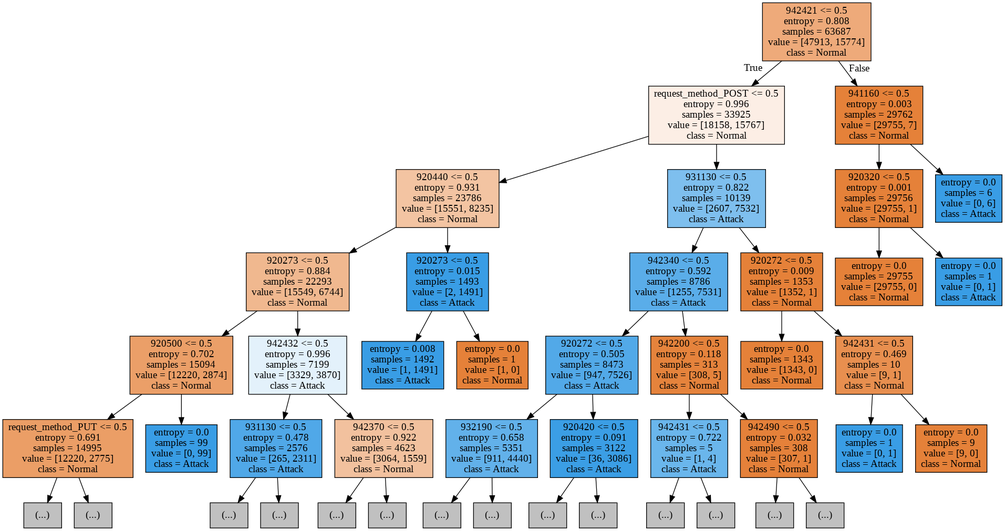
The Graphviz diagram ml-model/images/decision_tree.png in ngoctint1lvc/waf, before a commit. Its source is kept beside it as ml-model/images/decision_tree.dot.
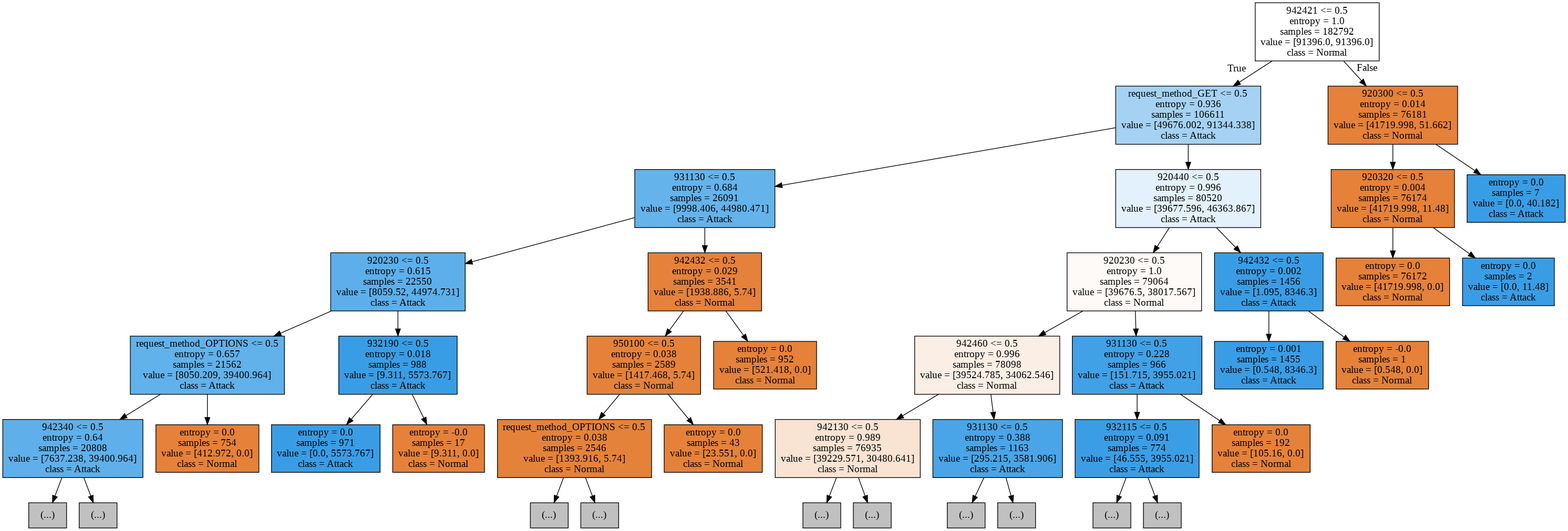
The same file after the commit.

Diff of the diagram source:
```diff
@@ -1,112 +1,84 @@
 digraph Tree {
 node [shape=box, style="filled", color="black"] ;
-0 [label="942421 <= 0.5\nentropy = 0.65\nsamples = 141158\nvalue = [117646, 23512]\nclass = Normal", fillcolor="#ea9a61"] ;
-1 [label="920273 <= 0.5\nentropy = 0.84\nsamples = 87431\nvalue = [63931, 23500]\nclass = Normal", fillcolor="#efaf82"] ;
+0 [label="942421 <= 0.5\nentropy = 1.0\nsamples = 182792\nvalue = [91396.0, 91396.0]\nclass = Normal", fillcolor="#ffffff"] ;
+1 [label="request_method_GET <= 0.5\nentropy = 0.936\nsamples = 106611\nvalue = [49676.002, 91344.338]\nclass = Attack", fillcolor="#a5d2f3"] ;
 0 -> 1 [labeldistance=2.5, labelangle=45, headlabel="True"] ;
-2 [label="920440 <= 0.5\nentropy = 0.619\nsamples = 53155\nvalue = [44995, 8160]\nclass = Normal", fillcolor="#ea985d"] ;
+2 [label="931130 <= 0.5\nentropy = 0.684\nsamples = 26091\nvalue = [9998.406, 44980.471]\nclass = Attack", fillcolor="#65b3eb"] ;
 1 -> 2 ;
-3 [label="request_method_POST <= 0.5\nentropy = 0.52\nsamples = 50943\nvalue = [44992, 5951]\nclass = Normal", fillcolor="#e89253"] ;
+3 [label="920230 <= 0.5\nentropy = 0.615\nsamples = 22550\nvalue = [8059.52, 44974.731]\nclass = Attack", fillcolor="#5cafea"] ;
 2 -> 3 ;
-4 [label="920500 <= 0.5\nentropy = 0.442\nsamples = 46895\nvalue = [42599, 4296]\nclass = Normal", fillcolor="#e88e4d"] ;
+4 [label="request_method_OPTIONS <= 0.5\nentropy = 0.657\nsamples = 21562\nvalue = [8050.209, 39400.964]\nclass = Attack", fillcolor="#61b1ea"] ;
 3 -> 4 ;
-5 [label="request_method_PUT <= 0.5\nentropy = 0.431\nsamples = 46735\nvalue = [42599, 4136]\nclass = Normal", fillcolor="#e88d4c"] ;
+5 [label="942340 <= 0.5\nentropy = 0.64\nsamples = 20808\nvalue = [7637.238, 39400.964]\nclass = Attack", fillcolor="#5fb0ea"] ;
 4 -> 5 ;
 6 [label="(...)", fillcolor="#C0C0C0"] ;
 5 -> 6 ;
-19 [label="(...)", fillcolor="#C0C0C0"] ;
-5 -> 19 ;
-20 [label="entropy = 0.0\nsamples = 160\nvalue = [0, 160]\nclass = Attack", fillcolor="#399de5"] ;
-4 -> 20 ;
-21 [label="944130 <= 0.5\nentropy = 0.976\nsamples = 4048\nvalue = [2393, 1655]\nclass = Normal", fillcolor="#f7d8c2"] ;
-3 -> 21 ;
-22 [label="944300 <= 0.5\nentropy = 0.952\nsamples = 3807\nvalue = [2393, 1414]\nclass = Normal", fillcolor="#f4cbae"] ;
-21 -> 22 ;
-23 [label="(...)", fillcolor="#C0C0C0"] ;
-22 -> 23 ;
-30 [label="(...)", fillcolor="#C0C0C0"] ;
-22 -> 30 ;
-31 [label="entropy = 0.0\nsamples = 241\nvalue = [0, 241]\nclass = Attack", fillcolor="#399de5"] ;
-21 -> 31 ;
-32 [label="entropy = 0.015\nsamples = 2212\nvalue = [3, 2209]\nclass = Attack", fillcolor="#399de5"] ;
-2 -> 32 ;
-33 [label="931130 <= 0.5\nentropy = 0.992\nsamples = 34276\nvalue = [18936, 15340]\nclass = Normal", fillcolor="#fae7d9"] ;
-1 -> 33 ;
-34 [label="920230 <= 0.5\nentropy = 1.0\nsamples = 30587\nvalue = [15279, 15308]\nclass = Attack", fillcolor="#ffffff"] ;
-33 -> 34 ;
-35 [label="942460 <= 0.5\nentropy = 0.995\nsamples = 28072\nvalue = [15233, 12839]\nclass = Normal", fillcolor="#fbebe0"] ;
-34 -> 35 ;
-36 [label="942130 <= 0.5\nentropy = 0.978\nsamples = 25744\nvalue = [15132, 10612]\nclass = Normal", fillcolor="#f7d9c4"] ;
-35 -> 36 ;
-37 [label="(...)", fillcolor="#C0C0C0"] ;
-36 -> 37 ;
-90 [label="(...)", fillcolor="#C0C0C0"] ;
-36 -> 90 ;
-99 [label="942340 <= 0.5\nentropy = 0.258\nsamples = 2328\nvalue = [101, 2227]\nclass = Attack", fillcolor="#42a1e6"] ;
-35 -> 99 ;
-100 [label="(...)", fillcolor="#C0C0C0"] ;
-99 -> 100 ;
-115 [label="(...)", fillcolor="#C0C0C0"] ;
-99 -> 115 ;
-116 [label="942430 <= 0.5\nentropy = 0.132\nsamples = 2515\nvalue = [46, 2469]\nclass = Attack", fillcolor="#3d9fe5"] ;
-34 -> 116 ;
-117 [label="942431 <= 0.5\nentropy = 0.015\nsamples = 2176\nvalue = [3, 2173]\nclass = Attack", fillcolor="#399de5"] ;
+97 [label="(...)", fillcolor="#C0C0C0"] ;
+5 -> 97 ;
+102 [label="entropy = 0.0\nsamples = 754\nvalue = [412.972, 0.0]\nclass = Normal", fillcolor="#e58139"] ;
+4 -> 102 ;
+103 [label="932190 <= 0.5\nentropy = 0.018\nsamples = 988\nvalue = [9.311, 5573.767]\nclass = Attack", fillcolor="#399de5"] ;
+3 -> 103 ;
+104 [label="entropy = 0.0\nsamples = 971\nvalue = [0.0, 5573.767]\nclass = Attack", fillcolor="#399de5"] ;
+103 -> 104 ;
+105 [label="entropy = -0.0\nsamples = 17\nvalue = [9.311, 0.0]\nclass = Normal", fillcolor="#e58139"] ;
+103 -> 105 ;
+106 [label="942432 <= 0.5\nentropy = 0.029\nsamples = 3541\nvalue = [1938.886, 5.74]\nclass = Normal", fillcolor="#e5813a"] ;
+2 -> 106 ;
+107 [label="950100 <= 0.5\nentropy = 0.038\nsamples = 2589\nvalue = [1417.468, 5.74]\nclass = Normal", fillcolor="#e5823a"] ;
+106 -> 107 ;
+108 [label="request_method_OPTIONS <= 0.5\nentropy = 0.038\nsamples = 2546\nvalue = [1393.916, 5.74]\nclass = Normal", fillcolor="#e5823a"] ;
+107 -> 108 ;
+109 [label="(...)", fillcolor="#C0C0C0"] ;
+108 -> 109 ;
+112 [label="(...)", fillcolor="#C0C0C0"] ;
+108 -> 112 ;
+113 [label="entropy = 0.0\nsamples = 43\nvalue = [23.551, 0.0]\nclass = Normal", fillcolor="#e58139"] ;
+107 -> 113 ;
+114 [label="entropy = 0.0\nsamples = 952\nvalue = [521.418, 0.0]\nclass = Normal", fillcolor="#e58139"] ;
+106 -> 114 ;
+115 [label="920440 <= 0.5\nentropy = 0.996\nsamples = 80520\nvalue = [39677.596, 46363.867]\nclass = Attack", fillcolor="#e2f1fb"] ;
+1 -> 115 ;
+116 [label="920230 <= 0.5\nentropy = 1.0\nsamples = 79064\nvalue = [39676.5, 38017.567]\nclass = Normal", fillcolor="#fefaf7"] ;
+115 -> 116 ;
+117 [label="942460 <= 0.5\nentropy = 0.996\nsamples = 78098\nvalue = [39524.785, 34062.546]\nclass = Normal", fillcolor="#fbeee4"] ;
 116 -> 117 ;
-118 [label="(...)", fillcolor="#C0C0C0"] ;
+118 [label="942130 <= 0.5\nentropy = 0.989\nsamples = 76935\nvalue = [39229.571, 30480.641]\nclass = Normal", fillcolor="#f9e3d3"] ;
 117 -> 118 ;
 119 [label="(...)", fillcolor="#C0C0C0"] ;
-117 -> 119 ;
-124 [label="941160 <= 0.5\nentropy = 0.549\nsamples = 339\nvalue = [43, 296]\nclass = Attack", fillcolor="#56abe9"] ;
-116 -> 124 ;
-125 [label="(...)", fillcolor="#C0C0C0"] ;
-124 -> 125 ;
-126 [label="(...)", fillcolor="#C0C0C0"] ;
-124 -> 126 ;
-127 [label="request_method_GET <= 0.5\nentropy = 0.072\nsamples = 3689\nvalue = [3657, 32]\nclass = Normal", fillcolor="#e5823b"] ;
-33 -> 127 ;
-128 [label="942432 <= 0.5\nentropy = 0.009\nsamples = 2468\nvalue = [2466, 2]\nclass = Normal", fillcolor="#e58139"] ;
-127 -> 128 ;
-129 [label="entropy = 0.013\nsamples = 1797\nvalue = [1795, 2]\nclass = Normal", fillcolor="#e58139"] ;
-128 -> 129 ;
-130 [label="entropy = 0.0\nsamples = 671\nvalue = [671, 0]\nclass = Normal", fillcolor="#e58139"] ;
-128 -> 130 ;
-131 [label="942432 <= 0.5\nentropy = 0.166\nsamples = 1221\nvalue = [1191, 30]\nclass = Normal", fillcolor="#e6843e"] ;
-127 -> 131 ;
-132 [label="entropy = 0.801\nsamples = 82\nvalue = [62, 20]\nclass = Normal", fillcolor="#edaa79"] ;
-131 -> 132 ;
-133 [label="942460 <= 0.5\nentropy = 0.073\nsamples = 1139\nvalue = [1129, 10]\nclass = Normal", fillcolor="#e5823b"] ;
-131 -> 133 ;
-134 [label="(...)", fillcolor="#C0C0C0"] ;
-133 -> 134 ;
-143 [label="(...)", fillcolor="#C0C0C0"] ;
-133 -> 143 ;
-144 [label="942440 <= 0.5\nentropy = 0.003\nsamples = 53727\nvalue = [53715, 12]\nclass = Normal", fillcolor="#e58139"] ;
-0 -> 144 [labeldistance=2.5, labelangle=-45, headlabel="False"] ;
-145 [label="942432 <= 0.5\nentropy = 0.007\nsamples = 21562\nvalue = [21550, 12]\nclass = Normal", fillcolor="#e58139"] ;
-144 -> 145 ;
-146 [label="942420 <= 0.5\nentropy = 0.018\nsamples = 7257\nvalue = [7245, 12]\nclass = Normal", fillcolor="#e58139"] ;
-145 -> 146 ;
-147 [label="request_method_GET <= 0.5\nentropy = 0.009\nsamples = 5572\nvalue = [5568, 4]\nclass = Normal", fillcolor="#e58139"] ;
-146 -> 147 ;
-148 [label="entropy = 0.0\nsamples = 1879\nvalue = [1879, 0]\nclass = Normal", fillcolor="#e58139"] ;
-147 -> 148 ;
-149 [label="920273 <= 0.5\nentropy = 0.012\nsamples = 3693\nvalue = [3689, 4]\nclass = Normal", fillcolor="#e58139"] ;
-147 -> 149 ;
-150 [label="(...)", fillcolor="#C0C0C0"] ;
-149 -> 150 ;
-157 [label="(...)", fillcolor="#C0C0C0"] ;
-149 -> 157 ;
-158 [label="942490 <= 0.5\nentropy = 0.043\nsamples = 1685\nvalue = [1677, 8]\nclass = Normal", fillcolor="#e5823a"] ;
-146 -> 158 ;
-159 [label="920273 <= 0.5\nentropy = 0.12\nsamples = 491\nvalue = [483, 8]\nclass = Normal", fillcolor="#e5833c"] ;
-158 -> 159 ;
-160 [label="(...)", fillcolor="#C0C0C0"] ;
-159 -> 160 ;
-163 [label="(...)", fillcolor="#C0C0C0"] ;
-159 -> 163 ;
-164 [label="entropy = 0.0\nsamples = 1194\nvalue = [1194, 0]\nclass = Normal", fillcolor="#e58139"] ;
-158 -> 164 ;
-165 [label="entropy = 0.0\nsamples = 14305\nvalue = [14305, 0]\nclass = Normal", fillcolor="#e58139"] ;
-145 -> 165 ;
-166 [label="entropy = 0.0\nsamples = 32165\nvalue = [32165, 0]\nclass = Normal", fillcolor="#e58139"] ;
-144 -> 166 ;
+118 -> 119 ;
+264 [label="(...)", fillcolor="#C0C0C0"] ;
+118 -> 264 ;
+287 [label="931130 <= 0.5\nentropy = 0.388\nsamples = 1163\nvalue = [295.215, 3581.906]\nclass = Attack", fillcolor="#49a5e7"] ;
+117 -> 287 ;
+288 [label="(...)", fillcolor="#C0C0C0"] ;
+287 -> 288 ;
+319 [label="(...)", fillcolor="#C0C0C0"] ;
+287 -> 319 ;
+320 [label="931130 <= 0.5\nentropy = 0.228\nsamples = 966\nvalue = [151.715, 3955.021]\nclass = Attack", fillcolor="#41a1e6"] ;
+116 -> 320 ;
+321 [label="932115 <= 0.5\nentropy = 0.091\nsamples = 774\nvalue = [46.555, 3955.021]\nclass = Attack", fillcolor="#3b9ee5"] ;
+320 -> 321 ;
+322 [label="(...)", fillcolor="#C0C0C0"] ;
+321 -> 322 ;
+329 [label="(...)", fillcolor="#C0C0C0"] ;
+321 -> 329 ;
+330 [label="entropy = 0.0\nsamples = 192\nvalue = [105.16, 0.0]\nclass = Normal", fillcolor="#e58139"] ;
+320 -> 330 ;
+331 [label="942432 <= 0.5\nentropy = 0.002\nsamples = 1456\nvalue = [1.095, 8346.3]\nclass = Attack", fillcolor="#399de5"] ;
+115 -> 331 ;
+332 [label="entropy = 0.001\nsamples = 1455\nvalue = [0.548, 8346.3]\nclass = Attack", fillcolor="#399de5"] ;
+331 -> 332 ;
+333 [label="entropy = -0.0\nsamples = 1\nvalue = [0.548, 0.0]\nclass = Normal", fillcolor="#e58139"] ;
+331 -> 333 ;
+334 [label="920300 <= 0.5\nentropy = 0.014\nsamples = 76181\nvalue = [41719.998, 51.662]\nclass = Normal", fillcolor="#e58139"] ;
+0 -> 334 [labeldistance=2.5, labelangle=-45, headlabel="False"] ;
+335 [label="920320 <= 0.5\nentropy = 0.004\nsamples = 76174\nvalue = [41719.998, 11.48]\nclass = Normal", fillcolor="#e58139"] ;
+334 -> 335 ;
+336 [label="entropy = 0.0\nsamples = 76172\nvalue = [41719.998, 0.0]\nclass = Normal", fillcolor="#e58139"] ;
+335 -> 336 ;
+337 [label="entropy = 0.0\nsamples = 2\nvalue = [0.0, 11.48]\nclass = Attack", fillcolor="#399de5"] ;
+335 -> 337 ;
+338 [label="entropy = 0.0\nsamples = 7\nvalue = [0.0, 40.182]\nclass = Attack", fillcolor="#399de5"] ;
+334 -> 338 ;
 }
```
